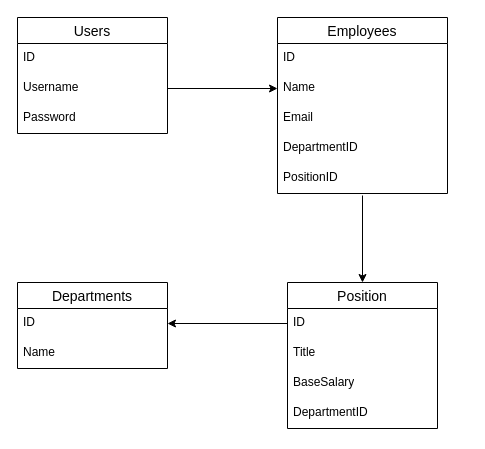
This is db.drawio from tdat-dev/EmployeeManager, a draw.io file, before an edit. Source tidied: cells renumbered, new cells numbered last; positions are measured from the earlier drawing's top-left corner, leaving out a move shared by most shapes. Both pictures are drawn from the tidied source at 100%, with x=0, y=0 at pixel (17, 17).
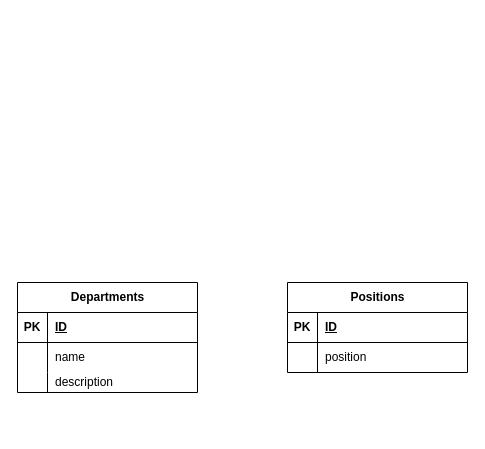
The same page after the edit.

The edit, as a diff of the source:
```diff
@@
-    <mxCell id="2" value="Users" style="swimlane;fontStyle=0;horizontal=1;startSize=26;align=center;fontSize=14;" parent="1" vertex="1">
-      <mxGeometry width="150" height="116" as="geometry" />
-    </mxCell>
-    <mxCell id="3" value="ID" style="text;strokeColor=none;fillColor=none;spacingLeft=4;spacingRight=4;overflow=hidden;fontSize=12;whiteSpace=wrap;html=1;" parent="2" vertex="1">
-      <mxGeometry y="26" width="150" height="30" as="geometry" />
-    </mxCell>
-    <mxCell id="4" value="Username" style="text;strokeColor=none;fillColor=none;spacingLeft=4;spacingRight=4;overflow=hidden;points=[[0,0.5],[1,0.5]];portConstraint=eastwest;fontSize=12;whiteSpace=wrap;html=1;" parent="2" vertex="1">
-      <mxGeometry y="56" width="150" height="30" as="geometry" />
-    </mxCell>
-    <mxCell id="5" value="Password" style="text;strokeColor=none;fillColor=none;spacingLeft=4;spacingRight=4;overflow=hidden;fontSize=12;whiteSpace=wrap;html=1;" parent="2" vertex="1">
-      <mxGeometry y="86" width="150" height="30" as="geometry" />
-    </mxCell>
-    <mxCell id="6" value="Employees" style="swimlane;fontStyle=0;horizontal=1;startSize=26;align=center;fontSize=14;" parent="1" vertex="1">
-      <mxGeometry x="260" width="170" height="176" as="geometry" />
-    </mxCell>
-    <mxCell id="7" value="ID" style="text;strokeColor=none;fillColor=none;spacingLeft=4;spacingRight=4;overflow=hidden;fontSize=12;whiteSpace=wrap;html=1;" parent="6" vertex="1">
-      <mxGeometry y="26" width="170" height="30" as="geometry" />
-    </mxCell>
-    <mxCell id="8" value="Name" style="text;strokeColor=none;fillColor=none;spacingLeft=4;spacingRight=4;overflow=hidden;points=[[0,0.5],[1,0.5]];portConstraint=eastwest;fontSize=12;whiteSpace=wrap;html=1;" parent="6" vertex="1">
-      <mxGeometry y="56" width="170" height="30" as="geometry" />
-    </mxCell>
-    <mxCell id="9" value="Email" style="text;strokeColor=none;fillColor=none;spacingLeft=4;spacingRight=4;overflow=hidden;fontSize=12;whiteSpace=wrap;html=1;" parent="6" vertex="1">
-      <mxGeometry y="86" width="170" height="30" as="geometry" />
-    </mxCell>
-    <mxCell id="10" value="DepartmentID" style="text;strokeColor=none;fillColor=none;spacingLeft=4;spacingRight=4;overflow=hidden;fontSize=12;whiteSpace=wrap;html=1;" parent="6" vertex="1">
-      <mxGeometry y="116" width="170" height="30" as="geometry" />
-    </mxCell>
-    <mxCell id="11" value="PositionID" style="text;strokeColor=none;fillColor=none;spacingLeft=4;spacingRight=4;overflow=hidden;points=[[0,0.5],[1,0.5]];portConstraint=eastwest;fontSize=12;whiteSpace=wrap;html=1;" parent="6" vertex="1">
-      <mxGeometry y="146" width="170" height="30" as="geometry" />
-    </mxCell>
-    <mxCell id="12" style="edgeStyle=orthogonalEdgeStyle;rounded=0;jettySize=auto;html=1;exitX=1;exitY=0.5;exitDx=0;exitDy=0;entryX=0;entryY=0.5;entryDx=0;entryDy=0;" parent="1" edge="1" source="4" target="8">
-      <mxGeometry relative="1" as="geometry" />
-    </mxCell>
-    <mxCell id="13" value="Position" style="swimlane;fontStyle=0;horizontal=1;startSize=26;align=center;fontSize=14;" parent="1" vertex="1">
-      <mxGeometry x="270" y="265" width="150" height="146" as="geometry" />
-    </mxCell>
-    <mxCell id="14" value="ID" style="text;strokeColor=none;fillColor=none;spacingLeft=4;spacingRight=4;overflow=hidden;points=[[0,0.5],[1,0.5]];portConstraint=eastwest;fontSize=12;whiteSpace=wrap;html=1;" parent="13" vertex="1">
-      <mxGeometry y="26" width="150" height="30" as="geometry" />
-    </mxCell>
-    <mxCell id="15" value="Title" style="text;strokeColor=none;fillColor=none;spacingLeft=4;spacingRight=4;overflow=hidden;fontSize=12;whiteSpace=wrap;html=1;" parent="13" vertex="1">
-      <mxGeometry y="56" width="150" height="30" as="geometry" />
-    </mxCell>
-    <mxCell id="16" value="BaseSalary" style="text;strokeColor=none;fillColor=none;spacingLeft=4;spacingRight=4;overflow=hidden;fontSize=12;whiteSpace=wrap;html=1;" parent="13" vertex="1">
-      <mxGeometry y="86" width="150" height="30" as="geometry" />
-    </mxCell>
-    <mxCell id="17" value="DepartmentID" style="text;strokeColor=none;fillColor=none;spacingLeft=4;spacingRight=4;overflow=hidden;fontSize=12;whiteSpace=wrap;html=1;" parent="13" vertex="1">
-      <mxGeometry y="116" width="150" height="30" as="geometry" />
-    </mxCell>
-    <mxCell id="18" style="rounded=0;jettySize=auto;html=1;exitX=0.5;exitY=1.067;exitDx=0;exitDy=0;entryX=0.5;entryY=0;entryDx=0;entryDy=0;exitPerimeter=0;" parent="1" edge="1" source="11" target="13">
-      <mxGeometry relative="1" as="geometry" />
-    </mxCell>
-    <mxCell id="19" value="Departments" style="swimlane;fontStyle=0;horizontal=1;startSize=26;align=center;fontSize=14;" parent="1" vertex="1">
-      <mxGeometry y="265" width="150" height="86" as="geometry" />
+    <mxCell id="19" value="Departments" style="shape=table;startSize=30;childLayout=tableLayout;rowLines=0;fontStyle=1;align=center;html=1;" parent="1" vertex="1">
+      <mxGeometry y="265" width="180" height="110" as="geometry" />
     </mxCell>
-    <mxCell id="20" value="ID" style="text;strokeColor=none;fillColor=none;spacingLeft=4;spacingRight=4;overflow=hidden;points=[[0,0.5],[1,0.5]];portConstraint=eastwest;fontSize=12;whiteSpace=wrap;html=1;" parent="19" vertex="1">
-      <mxGeometry y="26" width="150" height="30" as="geometry" />
-    </mxCell>
-    <mxCell id="21" value="Name" style="text;strokeColor=none;fillColor=none;spacingLeft=4;spacingRight=4;overflow=hidden;fontSize=12;whiteSpace=wrap;html=1;" parent="19" vertex="1">
-      <mxGeometry y="56" width="150" height="30" as="geometry" />
-    </mxCell>
-    <mxCell id="22" style="edgeStyle=orthogonalEdgeStyle;rounded=0;jettySize=auto;html=1;exitX=0;exitY=0.5;exitDx=0;exitDy=0;entryX=1;entryY=0.5;entryDx=0;entryDy=0;" parent="1" edge="1" source="14" target="20">
-      <mxGeometry relative="1" as="geometry" />
-    </mxCell>
+    <mxCell id="23" style="shape=tableRow;horizontal=0;startSize=0;swimlaneHead=0;swimlaneBody=0;fillColor=none;top=0;left=0;right=0;bottom=1;" parent="19" vertex="1">
+      <mxGeometry y="30" width="180" height="30" as="geometry" />
+    </mxCell>
+    <mxCell id="24" value="PK" style="shape=partialRectangle;fillColor=none;top=0;left=0;bottom=0;right=0;fontStyle=1;overflow=hidden;whiteSpace=wrap;html=1;" parent="23" vertex="1">
+      <mxGeometry width="30" height="30" as="geometry" />
+    </mxCell>
+    <mxCell id="25" value="ID" style="shape=partialRectangle;fillColor=none;top=0;left=0;bottom=0;right=0;align=left;spacingLeft=6;fontStyle=5;overflow=hidden;whiteSpace=wrap;html=1;" parent="23" vertex="1">
+      <mxGeometry x="30" width="150" height="30" as="geometry" />
+    </mxCell>
+    <mxCell id="26" style="shape=tableRow;horizontal=0;startSize=0;swimlaneHead=0;swimlaneBody=0;fillColor=none;top=0;left=0;right=0;bottom=0;" parent="19" vertex="1">
+      <mxGeometry y="60" width="180" height="30" as="geometry" />
+    </mxCell>
+    <mxCell id="27" style="shape=partialRectangle;fillColor=none;top=0;left=0;bottom=0;right=0;overflow=hidden;whiteSpace=wrap;html=1;" parent="26" vertex="1">
+      <mxGeometry width="30" height="30" as="geometry" />
+    </mxCell>
+    <mxCell id="28" value="name" style="shape=partialRectangle;fillColor=none;top=0;left=0;bottom=0;right=0;align=left;spacingLeft=6;overflow=hidden;whiteSpace=wrap;html=1;" parent="26" vertex="1">
+      <mxGeometry x="30" width="150" height="30" as="geometry" />
+    </mxCell>
+    <mxCell id="29" style="shape=tableRow;horizontal=0;startSize=0;swimlaneHead=0;swimlaneBody=0;fillColor=none;top=0;left=0;right=0;bottom=0;" parent="19" vertex="1">
+      <mxGeometry y="90" width="180" height="20" as="geometry" />
+    </mxCell>
+    <mxCell id="30" style="shape=partialRectangle;fillColor=none;top=0;left=0;bottom=0;right=0;overflow=hidden;whiteSpace=wrap;html=1;" parent="29" vertex="1">
+      <mxGeometry width="30" height="20" as="geometry" />
+    </mxCell>
+    <mxCell id="31" value="description" style="shape=partialRectangle;fillColor=none;top=0;left=0;bottom=0;right=0;align=left;spacingLeft=6;overflow=hidden;whiteSpace=wrap;html=1;" parent="29" vertex="1">
+      <mxGeometry x="30" width="150" height="20" as="geometry" />
+    </mxCell>
+    <mxCell id="32" value="Positions" style="shape=table;startSize=30;childLayout=tableLayout;rowLines=0;fontStyle=1;align=center;html=1;" parent="1" vertex="1">
+      <mxGeometry x="270" y="265" width="180" height="90" as="geometry" />
+    </mxCell>
+    <mxCell id="33" style="shape=tableRow;horizontal=0;startSize=0;swimlaneHead=0;swimlaneBody=0;fillColor=none;top=0;left=0;right=0;bottom=1;" parent="32" vertex="1">
+      <mxGeometry y="30" width="180" height="30" as="geometry" />
+    </mxCell>
+    <mxCell id="34" value="PK" style="shape=partialRectangle;fillColor=none;top=0;left=0;bottom=0;right=0;fontStyle=1;overflow=hidden;whiteSpace=wrap;html=1;" parent="33" vertex="1">
+      <mxGeometry width="30" height="30" as="geometry" />
+    </mxCell>
+    <mxCell id="35" value="ID" style="shape=partialRectangle;fillColor=none;top=0;left=0;bottom=0;right=0;align=left;spacingLeft=6;fontStyle=5;overflow=hidden;whiteSpace=wrap;html=1;" parent="33" vertex="1">
+      <mxGeometry x="30" width="150" height="30" as="geometry" />
+    </mxCell>
+    <mxCell id="36" style="shape=tableRow;horizontal=0;startSize=0;swimlaneHead=0;swimlaneBody=0;fillColor=none;top=0;left=0;right=0;bottom=0;" parent="32" vertex="1">
+      <mxGeometry y="60" width="180" height="30" as="geometry" />
+    </mxCell>
+    <mxCell id="37" style="shape=partialRectangle;fillColor=none;top=0;left=0;bottom=0;right=0;overflow=hidden;whiteSpace=wrap;html=1;" parent="36" vertex="1">
+      <mxGeometry width="30" height="30" as="geometry" />
+    </mxCell>
+    <mxCell id="38" value="position" style="shape=partialRectangle;fillColor=none;top=0;left=0;bottom=0;right=0;align=left;spacingLeft=6;overflow=hidden;whiteSpace=wrap;html=1;" parent="36" vertex="1">
+      <mxGeometry x="30" width="150" height="30" as="geometry" />
+    </mxCell>
```
